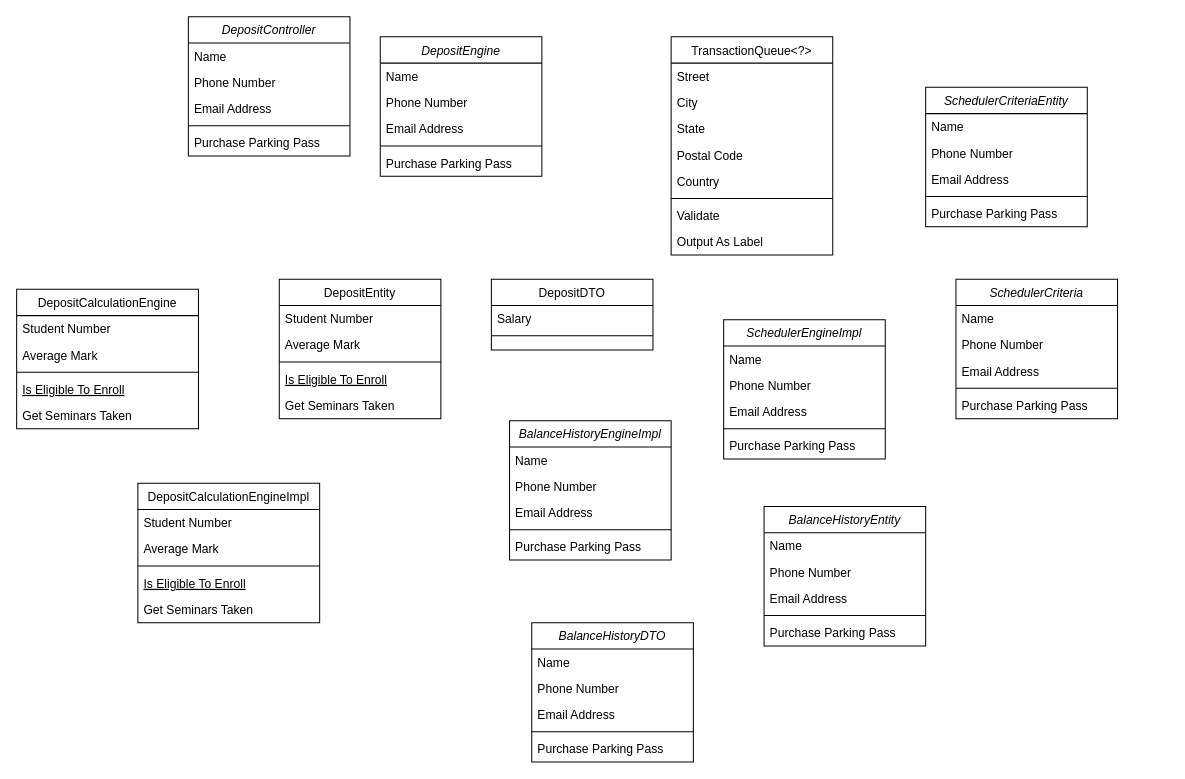
AKing982/AeroBankApp keeps this draw.io diagram as AeroBankApp/DepositProcess.drawio. Above is the earlier version. Source tidied: cells renumbered, new cells numbered last; positions are measured from the earlier drawing's top-left corner, leaving out a move shared by most shapes. Both pictures are drawn from the tidied source at 101%, with x=0, y=0 at pixel (16, 16).
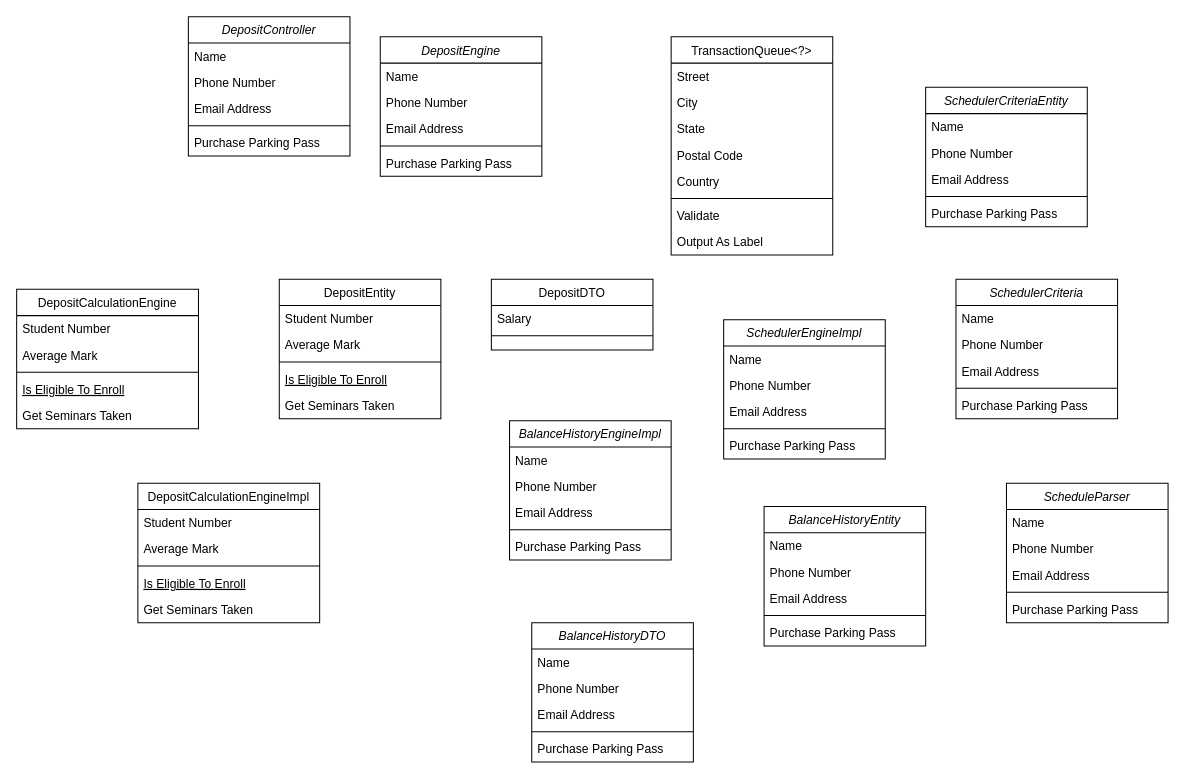
After the change.

What changed in the source:
```diff
@@
+    <mxCell id="80" value="ScheduleParser" style="swimlane;fontStyle=2;align=center;verticalAlign=top;horizontal=1;startSize=26;rounded=0;shadow=0;strokeWidth=1;" parent="1" vertex="1">
+      <mxGeometry x="980" y="462" width="160" height="138" as="geometry" />
+    </mxCell>
+    <mxCell id="81" value="Name" style="text;align=left;verticalAlign=top;spacingLeft=4;spacingRight=4;overflow=hidden;" parent="80" vertex="1">
+      <mxGeometry y="26" width="160" height="26" as="geometry" />
+    </mxCell>
+    <mxCell id="82" value="Phone Number" style="text;align=left;verticalAlign=top;spacingLeft=4;spacingRight=4;overflow=hidden;rounded=0;shadow=0;html=0;" parent="80" vertex="1">
+      <mxGeometry y="52" width="160" height="26" as="geometry" />
+    </mxCell>
+    <mxCell id="83" value="Email Address" style="text;align=left;verticalAlign=top;spacingLeft=4;spacingRight=4;overflow=hidden;rounded=0;shadow=0;html=0;" parent="80" vertex="1">
+      <mxGeometry y="78" width="160" height="26" as="geometry" />
+    </mxCell>
+    <mxCell id="84" style="line;html=1;strokeWidth=1;align=left;verticalAlign=middle;spacingTop=-1;spacingLeft=3;spacingRight=3;labelPosition=right;" parent="80" vertex="1">
+      <mxGeometry y="104" width="160" height="8" as="geometry" />
+    </mxCell>
+    <mxCell id="85" value="Purchase Parking Pass" style="text;align=left;verticalAlign=top;spacingLeft=4;spacingRight=4;overflow=hidden;" parent="80" vertex="1">
+      <mxGeometry y="112" width="160" height="26" as="geometry" />
+    </mxCell>
```
